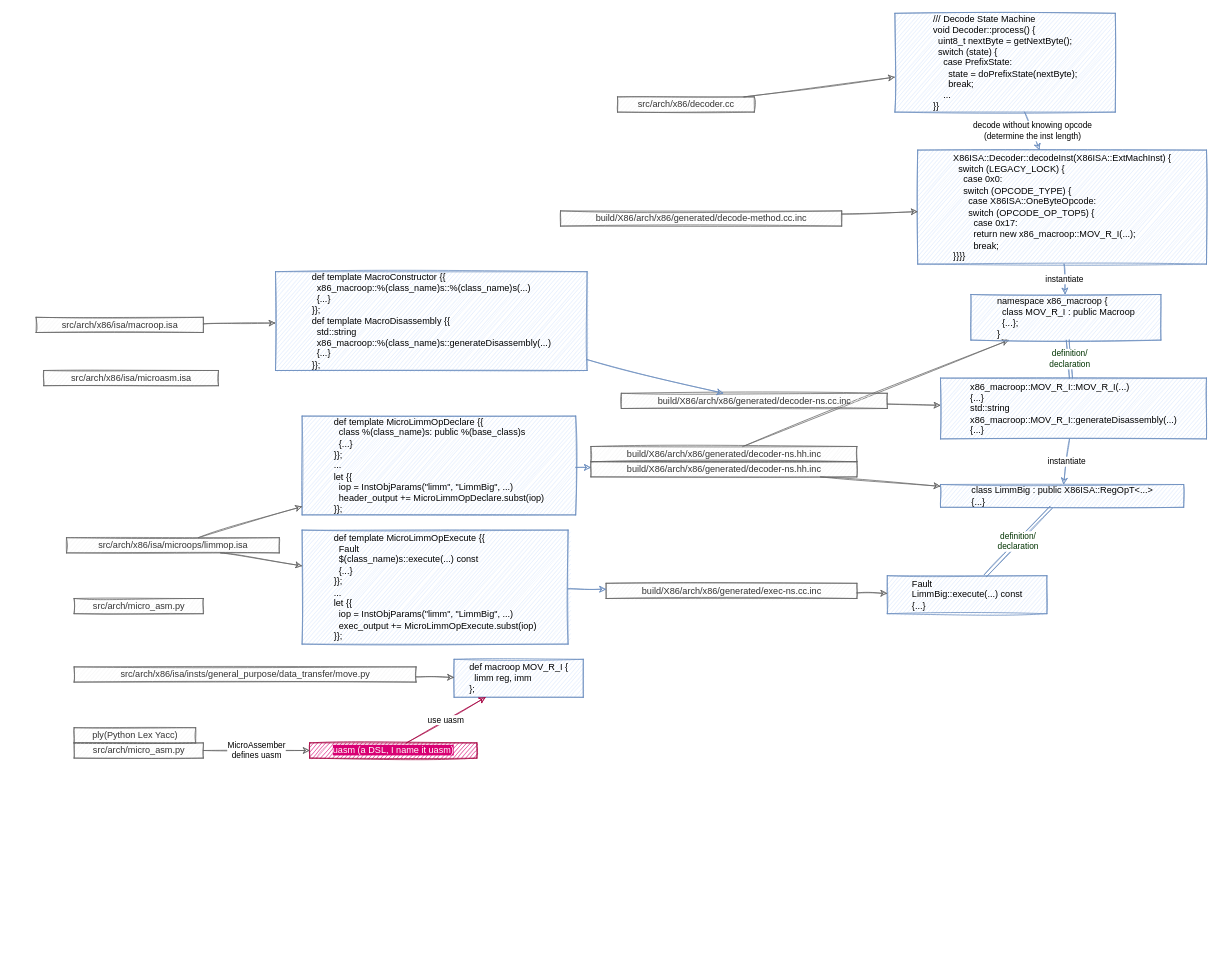
Before: src/Emulator/gem5/pictures/microop.drawio in xieby1/xieby1.github.io, a draw.io diagram. Source tidied: cells renumbered, new cells numbered last; positions are measured from the earlier drawing's top-left corner, leaving out a move shared by most shapes. Both pictures are drawn from the tidied source at 76%, with x=0, y=0 at pixel (36, 13).
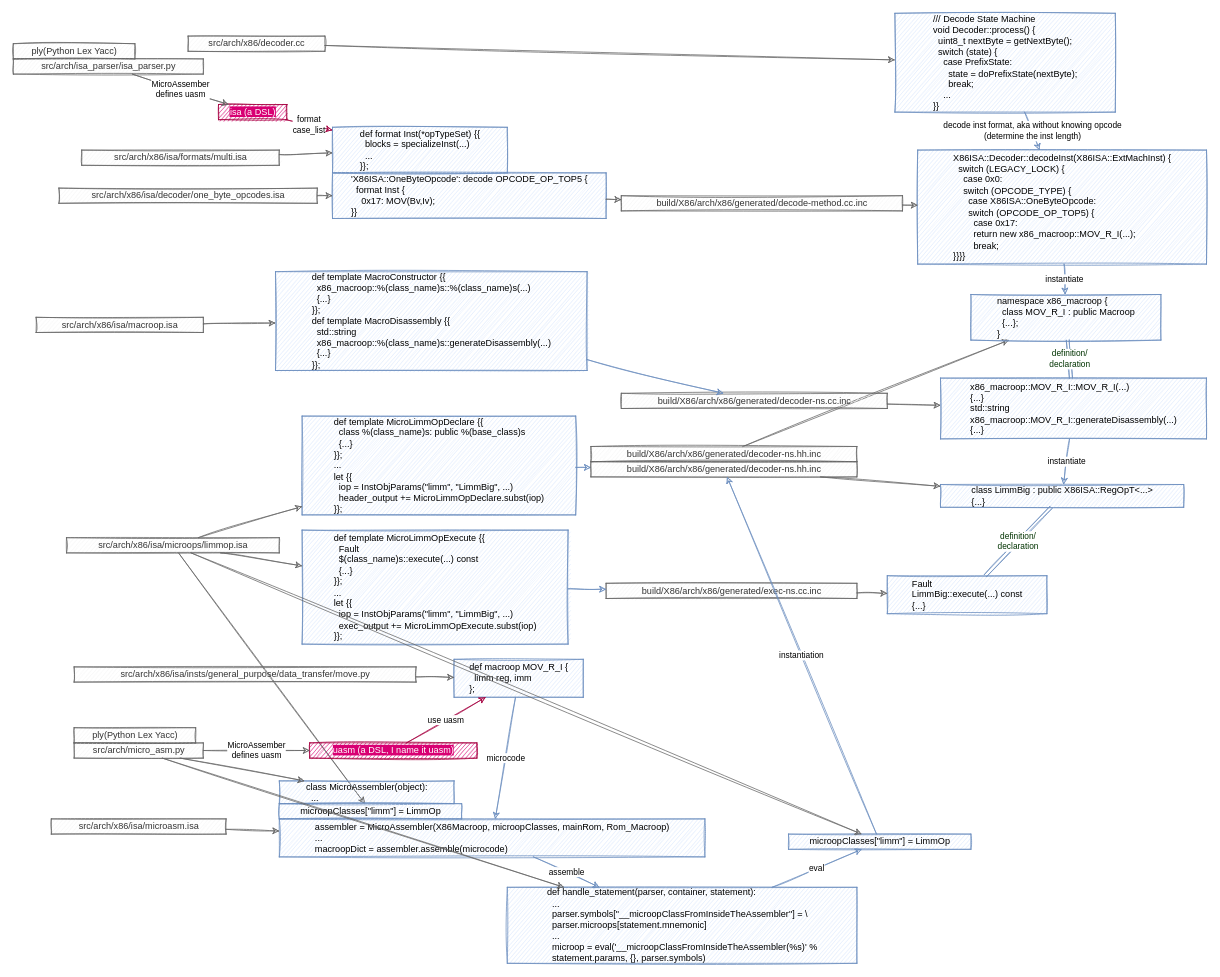
The same page after the edit.

The change refers to these unchanged cells:
```xml
<mxCell id="4" value="&lt;div style=&quot;text-align: justify;&quot;&gt;&lt;span style=&quot;background-color: initial;&quot;&gt;&lt;font face=&quot;mono&quot;&gt;def macroop MOV_R_I {&lt;/font&gt;&lt;/span&gt;&lt;/div&gt;&lt;div style=&quot;text-align: justify;&quot;&gt;&lt;span style=&quot;background-color: initial;&quot;&gt;&lt;font face=&quot;mono&quot;&gt;&amp;nbsp; limm reg, imm&lt;/font&gt;&lt;/span&gt;&lt;/div&gt;&lt;div style=&quot;text-align: justify;&quot;&gt;&lt;span style=&quot;background-color: initial;&quot;&gt;&lt;font face=&quot;mono&quot;&gt;};&lt;/font&gt;&lt;/span&gt;&lt;/div&gt;" style="text;html=1;align=center;verticalAlign=middle;points=[];strokeColor=#6c8ebf;fillColor=#dae8fc;sketch=1;" parent="1" vertex="1">
  <mxGeometry x="550" y="850" width="170" height="50" as="geometry" />
</mxCell>
<mxCell id="8" value="&lt;font face=&quot;mono&quot;&gt;src/arch/micro_asm.py&lt;/font&gt;" style="text;html=1;align=center;verticalAlign=middle;points=[];strokeColor=#666666;fillColor=#f5f5f5;fontColor=#333333;sketch=1;" parent="1" vertex="1">
  <mxGeometry x="50" y="960" width="170" height="20" as="geometry" />
</mxCell>
<mxCell id="16" value="src/arch/x86/isa/microops/limmop.isa" style="text;html=1;align=center;verticalAlign=middle;points=[];strokeColor=#666666;fillColor=#f5f5f5;fontColor=#333333;fontFamily=mono;sketch=1;" parent="1" vertex="1">
  <mxGeometry x="40" y="690" width="280" height="20" as="geometry" />
</mxCell>
<mxCell id="28" value="build/X86/arch/x86/generated/decoder-ns.hh.inc" style="text;html=1;align=center;verticalAlign=middle;points=[];strokeColor=#666666;fillColor=#f5f5f5;fontColor=#333333;fontFamily=mono;sketch=1;" parent="1" vertex="1">
  <mxGeometry x="730" y="590" width="350" height="20" as="geometry" />
</mxCell>
<mxCell id="32" value="&lt;div style=&quot;text-align: justify;&quot;&gt;&lt;font face=&quot;mono&quot;&gt;X86ISA::Decoder::decodeInst(&lt;/font&gt;&lt;span style=&quot;background-color: initial;&quot;&gt;&lt;font face=&quot;mono&quot;&gt;X86ISA::ExtMachInst&lt;/font&gt;&lt;/span&gt;&lt;span style=&quot;background-color: initial; font-family: mono;&quot;&gt;) {&lt;/span&gt;&lt;/div&gt;&lt;div style=&quot;text-align: justify;&quot;&gt;&lt;font face=&quot;mono&quot;&gt;&amp;nbsp; switch (LEGACY_LOCK) {&lt;/font&gt;&lt;/div&gt;&lt;div style=&quot;text-align: justify;&quot;&gt;&lt;font face=&quot;mono&quot;&gt;&amp;nbsp; &amp;nbsp; case 0x0:&lt;/font&gt;&lt;/div&gt;&lt;div style=&quot;text-align: justify;&quot;&gt;&lt;font face=&quot;mono&quot;&gt;&amp;nbsp; &amp;nbsp; switch (OPCODE_TYPE) {&lt;/font&gt;&lt;/div&gt;&lt;div style=&quot;text-align: justify;&quot;&gt;&lt;font face=&quot;mono&quot;&gt;&amp;nbsp; &amp;nbsp; &amp;nbsp; case X86ISA::OneByteOpcode:&lt;/font&gt;&lt;/div&gt;&lt;div style=&quot;text-align: justify;&quot;&gt;&lt;font face=&quot;mono&quot;&gt;&amp;nbsp; &amp;nbsp; &amp;nbsp; switch (OPCODE_OP_TOP5) {&lt;/font&gt;&lt;/div&gt;&lt;div style=&quot;text-align: justify;&quot;&gt;&lt;font face=&quot;mono&quot;&gt;&amp;nbsp; &amp;nbsp; &amp;nbsp; &amp;nbsp; case 0x17:&lt;br&gt;&lt;/font&gt;&lt;/div&gt;&lt;div style=&quot;text-align: justify;&quot;&gt;&lt;font face=&quot;mono&quot;&gt;&amp;nbsp; &amp;nbsp; &amp;nbsp; &amp;nbsp; return new x86_macroop::MOV_R_I(...);&lt;br&gt;&lt;/font&gt;&lt;/div&gt;&lt;div style=&quot;text-align: justify;&quot;&gt;&lt;font face=&quot;mono&quot;&gt;&amp;nbsp; &amp;nbsp; &amp;nbsp; &amp;nbsp; break;&lt;br&gt;&lt;/font&gt;&lt;/div&gt;&lt;div style=&quot;text-align: justify;&quot;&gt;&lt;font face=&quot;mono&quot;&gt;}&lt;font style=&quot;background-color: initial;&quot;&gt;}&lt;/font&gt;&lt;font style=&quot;background-color: initial;&quot;&gt;}&lt;/font&gt;&lt;span style=&quot;background-color: initial;&quot;&gt;}&lt;/span&gt;&lt;/font&gt;&lt;/div&gt;" style="text;html=1;align=center;verticalAlign=middle;points=[];strokeColor=#6c8ebf;fillColor=#dae8fc;sketch=1;" parent="1" vertex="1">
  <mxGeometry x="1160" y="180" width="380" height="150" as="geometry" />
</mxCell>
<mxCell id="39" value="&lt;div style=&quot;text-align: justify;&quot;&gt;&lt;font face=&quot;mono&quot;&gt;/// Decode State Machine&lt;/font&gt;&lt;/div&gt;&lt;div style=&quot;text-align: justify;&quot;&gt;&lt;font face=&quot;mono&quot;&gt;void Decoder::process() {&lt;/font&gt;&lt;/div&gt;&lt;div style=&quot;text-align: justify;&quot;&gt;&lt;font face=&quot;mono&quot;&gt;&amp;nbsp; uint8_t nextByte = getNextByte();&lt;/font&gt;&lt;/div&gt;&lt;div style=&quot;text-align: justify;&quot;&gt;&lt;font face=&quot;mono&quot;&gt;&amp;nbsp; switch (state) {&lt;/font&gt;&lt;/div&gt;&lt;div style=&quot;text-align: justify;&quot;&gt;&lt;font face=&quot;mono&quot;&gt;&amp;nbsp; &amp;nbsp; case PrefixState:&lt;/font&gt;&lt;/div&gt;&lt;div style=&quot;text-align: justify;&quot;&gt;&lt;font face=&quot;mono&quot;&gt;&amp;nbsp; &amp;nbsp; &amp;nbsp; state = doPrefixState(nextByte);&lt;/font&gt;&lt;/div&gt;&lt;div style=&quot;text-align: justify;&quot;&gt;&lt;font face=&quot;mono&quot;&gt;&amp;nbsp; &amp;nbsp; &amp;nbsp; break;&lt;/font&gt;&lt;/div&gt;&lt;div style=&quot;text-align: justify;&quot;&gt;&lt;font face=&quot;mono&quot;&gt;&amp;nbsp; &amp;nbsp; ...&lt;/font&gt;&lt;/div&gt;&lt;div style=&quot;text-align: justify;&quot;&gt;&lt;font face=&quot;mono&quot;&gt;}&lt;span style=&quot;background-color: initial;&quot;&gt;}&lt;/span&gt;&lt;/font&gt;&lt;/div&gt;" style="text;html=1;align=center;verticalAlign=middle;points=[];strokeColor=#6c8ebf;fillColor=#dae8fc;sketch=1;" parent="1" vertex="1">
  <mxGeometry x="1130" width="290" height="130" as="geometry" />
</mxCell>
```

Change to the diagram source:
```diff
@@
+    <mxCell id="46" style="endArrow=classic;html=1;rounded=0;sketch=1;fillColor=#f5f5f5;strokeColor=#666666;endFill=1;" parent="1" edge="1" source="16" target="62">
+      <mxGeometry relative="1" as="geometry" />
+    </mxCell>
@@
     <mxCell id="5" value="&lt;font face=&quot;mono&quot;&gt;src/arch/x86/isa/microasm.isa&lt;/font&gt;" style="text;html=1;align=center;verticalAlign=middle;points=[];strokeColor=#666666;fillColor=#f5f5f5;fontColor=#333333;sketch=1;" parent="1" vertex="1">
-      <mxGeometry x="10" y="470" width="230" height="20" as="geometry" />
+      <mxGeometry x="20" y="1060" width="230" height="20" as="geometry" />
     </mxCell>
-    <mxCell id="6" value="&lt;span style=&quot;&quot;&gt;&lt;font face=&quot;mono&quot;&gt;src/arch/micro_asm.py&lt;/font&gt;&lt;/span&gt;" style="text;html=1;align=center;verticalAlign=middle;strokeColor=#666666;fillColor=#f5f5f5;fontColor=#333333;fontFamily=mono;sketch=1;" parent="1" vertex="1">
-      <mxGeometry x="50" y="770" width="170" height="20" as="geometry" />
-    </mxCell>
@@
     <mxCell id="31" value="build/X86/arch/x86/generated/decode-method.cc.inc" style="text;html=1;align=center;verticalAlign=middle;points=[];strokeColor=#666666;fillColor=#f5f5f5;fontColor=#333333;fontFamily=mono;sketch=1;" parent="1" vertex="1">
-      <mxGeometry x="690" y="260" width="370" height="20" as="geometry" />
+      <mxGeometry x="770" y="240" width="370" height="20" as="geometry" />
     </mxCell>
@@
     <mxCell id="38" value="src/arch/x86/decoder.cc" style="text;html=1;align=center;verticalAlign=middle;points=[];strokeColor=#666666;fillColor=#f5f5f5;fontColor=#333333;fontFamily=mono;sketch=1;" parent="1" vertex="1">
-      <mxGeometry x="765" y="110" width="180" height="20" as="geometry" />
+      <mxGeometry x="200" y="30" width="180" height="20" as="geometry" />
     </mxCell>
@@
-    <mxCell id="41" value="decode without knowing opcode&lt;br&gt;(determine the inst length)" style="endArrow=classic;html=1;rounded=0;sketch=1;fillColor=#dae8fc;strokeColor=#6c8ebf;endFill=1;" parent="1" edge="1" source="39" target="32">
+    <mxCell id="41" value="decode inst format, aka without knowing opcode&lt;br&gt;(determine the inst length)" style="endArrow=classic;html=1;rounded=0;sketch=1;fillColor=#dae8fc;strokeColor=#6c8ebf;endFill=1;" parent="1" edge="1" source="39" target="32">
       <mxGeometry relative="1" as="geometry" />
     </mxCell>
@@
+    <mxCell id="47" value="&lt;font face=&quot;mono&quot;&gt;src/arch/isa_parser/isa_parser.py&lt;/font&gt;" style="text;html=1;align=center;verticalAlign=middle;points=[];strokeColor=#666666;fillColor=#f5f5f5;fontColor=#333333;sketch=1;" parent="1" vertex="1">
+      <mxGeometry x="-30" y="60" width="250" height="20" as="geometry" />
+    </mxCell>
+    <mxCell id="48" value="&lt;div style=&quot;text-align: justify;&quot;&gt;&lt;font style=&quot;background-color: rgb(216, 0, 115);&quot; face=&quot;mono&quot;&gt;isa (a DSL)&lt;/font&gt;&lt;/div&gt;" style="text;html=1;align=center;verticalAlign=middle;points=[];strokeColor=#A50040;fillColor=#d80073;sketch=1;fontColor=#ffffff;" parent="1" vertex="1">
+      <mxGeometry x="240" y="120" width="90" height="20" as="geometry" />
+    </mxCell>
+    <mxCell id="49" value="MicroAssember&lt;br&gt;defines uasm" style="endArrow=classic;html=1;rounded=0;sketch=1;fillColor=#f5f5f5;strokeColor=#666666;endFill=1;" parent="1" edge="1" source="47" target="48">
+      <mxGeometry relative="1" as="geometry" />
+    </mxCell>
+    <mxCell id="50" value="&lt;font face=&quot;mono&quot;&gt;ply(Python Lex Yacc)&lt;/font&gt;" style="text;html=1;align=center;verticalAlign=middle;strokeColor=#666666;fillColor=#f5f5f5;fontColor=#333333;sketch=1;" parent="1" vertex="1">
+      <mxGeometry x="-30" y="40" width="160" height="20" as="geometry" />
+    </mxCell>
+    <mxCell id="51" value="src/arch/x86/isa/decoder/one_byte_opcodes.isa" style="text;html=1;align=center;verticalAlign=middle;points=[];strokeColor=#666666;fillColor=#f5f5f5;fontColor=#333333;fontFamily=mono;sketch=1;" parent="1" vertex="1">
+      <mxGeometry x="30" y="230" width="340" height="20" as="geometry" />
+    </mxCell>
+    <mxCell id="52" value="&lt;div style=&quot;text-align: justify;&quot;&gt;&lt;font face=&quot;mono&quot;&gt;'X86ISA::OneByteOpcode': decode OPCODE_OP_TOP5 {&lt;/font&gt;&lt;br&gt;&lt;/div&gt;&lt;div style=&quot;text-align: justify;&quot;&gt;&lt;font face=&quot;mono&quot;&gt;&amp;nbsp; format Inst {&lt;/font&gt;&lt;/div&gt;&lt;div style=&quot;text-align: justify;&quot;&gt;&lt;font face=&quot;mono&quot;&gt;&amp;nbsp; &amp;nbsp; 0x17: MOV(Bv,Iv);&lt;/font&gt;&lt;/div&gt;&lt;div style=&quot;text-align: justify;&quot;&gt;&lt;font face=&quot;mono&quot;&gt;}&lt;/font&gt;&lt;span style=&quot;font-family: mono; background-color: initial;&quot;&gt;}&lt;/span&gt;&lt;/div&gt;" style="text;html=1;align=center;verticalAlign=middle;points=[];strokeColor=#6c8ebf;fillColor=#dae8fc;sketch=1;" parent="1" vertex="1">
+      <mxGeometry x="390" y="210" width="360" height="60" as="geometry" />
+    </mxCell>
+    <mxCell id="53" style="endArrow=classic;html=1;rounded=0;sketch=1;fillColor=#f5f5f5;strokeColor=#666666;endFill=1;" parent="1" edge="1" source="52" target="31">
+      <mxGeometry relative="1" as="geometry" />
+    </mxCell>
+    <mxCell id="54" style="endArrow=classic;html=1;rounded=0;sketch=1;fillColor=#f5f5f5;strokeColor=#666666;endFill=1;" parent="1" edge="1" source="51" target="52">
+      <mxGeometry relative="1" as="geometry" />
+    </mxCell>
+    <mxCell id="55" value="format&lt;br&gt;case_list" style="endArrow=classic;html=1;rounded=0;fillColor=#d80073;strokeColor=#A50040;sketch=1;" parent="1" edge="1" source="48" target="57">
+      <mxGeometry relative="1" as="geometry" />
+    </mxCell>
+    <mxCell id="56" value="src/arch/x86/isa/formats/multi.isa" style="text;html=1;align=center;verticalAlign=middle;points=[];strokeColor=#666666;fillColor=#f5f5f5;fontColor=#333333;fontFamily=mono;sketch=1;" parent="1" vertex="1">
+      <mxGeometry x="60" y="180" width="260" height="20" as="geometry" />
+    </mxCell>
+    <mxCell id="57" value="&lt;div style=&quot;text-align: justify;&quot;&gt;&lt;font face=&quot;mono&quot;&gt;def format Inst(*opTypeSet) {{&lt;/font&gt;&lt;/div&gt;&lt;div style=&quot;text-align: justify;&quot;&gt;&lt;font face=&quot;mono&quot;&gt;&amp;nbsp; blocks = specializeInst(...)&lt;/font&gt;&lt;/div&gt;&lt;div style=&quot;text-align: justify;&quot;&gt;&lt;font face=&quot;mono&quot;&gt;&amp;nbsp; ...&lt;/font&gt;&lt;/div&gt;&lt;div style=&quot;text-align: justify;&quot;&gt;&lt;font face=&quot;mono&quot;&gt;}};&lt;/font&gt;&lt;/div&gt;" style="text;html=1;align=center;verticalAlign=middle;points=[];strokeColor=#6c8ebf;fillColor=#dae8fc;sketch=1;" parent="1" vertex="1">
+      <mxGeometry x="390" y="150" width="230" height="60" as="geometry" />
+    </mxCell>
+    <mxCell id="58" style="endArrow=classic;html=1;rounded=0;sketch=1;fillColor=#f5f5f5;strokeColor=#666666;endFill=1;" parent="1" edge="1" source="56" target="57">
+      <mxGeometry relative="1" as="geometry" />
+    </mxCell>
+    <mxCell id="59" value="&lt;div style=&quot;text-align: justify;&quot;&gt;&lt;font face=&quot;mono&quot;&gt;assembler = MicroAssembler(X86Macroop, microopClasses, mainRom, Rom_Macroop)&lt;/font&gt;&lt;br&gt;&lt;/div&gt;&lt;div style=&quot;text-align: justify;&quot;&gt;&lt;font face=&quot;mono&quot;&gt;...&lt;/font&gt;&lt;/div&gt;&lt;div style=&quot;text-align: justify;&quot;&gt;&lt;font face=&quot;mono&quot;&gt;macroopDict = assembler.assemble(microcode)&lt;br&gt;&lt;/font&gt;&lt;/div&gt;" style="text;html=1;align=center;verticalAlign=middle;points=[];strokeColor=#6c8ebf;fillColor=#dae8fc;sketch=1;" parent="1" vertex="1">
+      <mxGeometry x="320" y="1060" width="560" height="50" as="geometry" />
+    </mxCell>
+    <mxCell id="60" value="&lt;div style=&quot;text-align: justify;&quot;&gt;&lt;font face=&quot;mono&quot;&gt;class MicroAssembler(object):&lt;/font&gt;&lt;br&gt;&lt;/div&gt;&lt;div style=&quot;text-align: justify;&quot;&gt;&lt;font face=&quot;mono&quot;&gt;&amp;nbsp; ...&lt;/font&gt;&lt;/div&gt;" style="text;html=1;align=center;verticalAlign=middle;points=[];strokeColor=#6c8ebf;fillColor=#dae8fc;sketch=1;" parent="1" vertex="1">
+      <mxGeometry x="320" y="1010" width="230" height="30" as="geometry" />
+    </mxCell>
+    <mxCell id="61" style="endArrow=classic;html=1;rounded=0;sketch=1;fillColor=#f5f5f5;strokeColor=#666666;endFill=1;" parent="1" edge="1" source="8" target="60">
+      <mxGeometry relative="1" as="geometry" />
+    </mxCell>
+    <mxCell id="62" value="&lt;div style=&quot;text-align: justify;&quot;&gt;&lt;font face=&quot;mono&quot;&gt;microopClasses[&quot;limm&quot;] = LimmOp&lt;/font&gt;&lt;br&gt;&lt;/div&gt;" style="text;html=1;align=center;verticalAlign=middle;points=[];strokeColor=#6c8ebf;fillColor=#dae8fc;sketch=1;" parent="1" vertex="1">
+      <mxGeometry x="320" y="1040" width="240" height="20" as="geometry" />
+    </mxCell>
+    <mxCell id="63" style="endArrow=classic;html=1;rounded=0;sketch=1;fillColor=#f5f5f5;strokeColor=#666666;endFill=1;" parent="1" edge="1" source="5" target="59">
+      <mxGeometry relative="1" as="geometry" />
+    </mxCell>
+    <mxCell id="64" value="microcode" style="endArrow=classic;html=1;rounded=0;sketch=1;fillColor=#dae8fc;strokeColor=#6c8ebf;endFill=1;" parent="1" edge="1" source="4" target="59">
+      <mxGeometry relative="1" as="geometry" />
+    </mxCell>
+    <mxCell id="65" value="&lt;div style=&quot;text-align: justify;&quot;&gt;&lt;font face=&quot;mono&quot;&gt;microopClasses[&quot;limm&quot;] = LimmOp&lt;/font&gt;&lt;br&gt;&lt;/div&gt;" style="text;html=1;align=center;verticalAlign=middle;points=[];strokeColor=#6c8ebf;fillColor=#dae8fc;sketch=1;" parent="1" vertex="1">
+      <mxGeometry x="990" y="1080" width="240" height="20" as="geometry" />
+    </mxCell>
+    <mxCell id="66" style="endArrow=classic;html=1;rounded=0;sketch=1;fillColor=#f5f5f5;strokeColor=#666666;endFill=1;" parent="1" edge="1" source="16" target="65">
+      <mxGeometry relative="1" as="geometry" />
+    </mxCell>
+    <mxCell id="67" value="&lt;div style=&quot;text-align: justify;&quot;&gt;&lt;font face=&quot;mono&quot;&gt;def handle_statement(parser, container, statement):&lt;/font&gt;&lt;br&gt;&lt;/div&gt;&lt;div style=&quot;text-align: justify;&quot;&gt;&lt;font face=&quot;mono&quot;&gt;&lt;div&gt;&amp;nbsp; ...&lt;/div&gt;&lt;div&gt;&amp;nbsp; parser.symbols[&quot;__microopClassFromInsideTheAssembler&quot;] = \&lt;/div&gt;&lt;div&gt;&amp;nbsp; parser.microops[statement.mnemonic]&lt;/div&gt;&lt;div&gt;&amp;nbsp; ...&lt;/div&gt;&lt;div&gt;&amp;nbsp; microop = eval('__microopClassFromInsideTheAssembler(%s)' %&lt;/div&gt;&lt;div&gt;&amp;nbsp; statement.params, {}, parser.symbols)&lt;/div&gt;&lt;/font&gt;&lt;/div&gt;" style="text;html=1;align=center;verticalAlign=middle;points=[];strokeColor=#6c8ebf;fillColor=#dae8fc;sketch=1;" parent="1" vertex="1">
+      <mxGeometry x="620" y="1150" width="460" height="100" as="geometry" />
+    </mxCell>
+    <mxCell id="68" style="endArrow=classic;html=1;rounded=0;sketch=1;fillColor=#f5f5f5;strokeColor=#666666;endFill=1;" parent="1" edge="1" source="8" target="67">
+      <mxGeometry relative="1" as="geometry" />
+    </mxCell>
+    <mxCell id="69" value="assemble" style="endArrow=classic;html=1;rounded=0;sketch=1;fillColor=#dae8fc;strokeColor=#6c8ebf;endFill=1;" parent="1" edge="1" source="59" target="67">
+      <mxGeometry relative="1" as="geometry" />
+    </mxCell>
+    <mxCell id="70" value="eval" style="endArrow=classic;html=1;rounded=0;sketch=1;fillColor=#dae8fc;strokeColor=#6c8ebf;endFill=1;" parent="1" edge="1" source="67" target="65">
+      <mxGeometry relative="1" as="geometry" />
+    </mxCell>
+    <mxCell id="71" value="instantiation" style="endArrow=classic;html=1;rounded=0;sketch=1;fillColor=#dae8fc;strokeColor=#6c8ebf;endFill=1;" parent="1" edge="1" source="65" target="28">
+      <mxGeometry relative="1" as="geometry" />
+    </mxCell>
```
